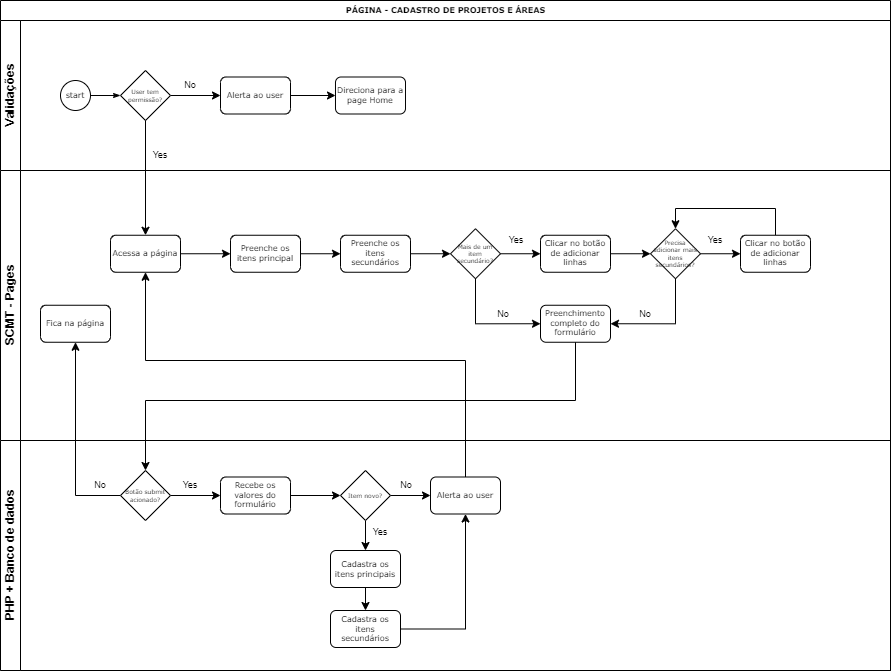
This is cadastro_projetos.drawio.png from RogiNascimento/diagramas, a draw.io export, as it was before one commit. Source tidied: cells renumbered, new cells last; positions are measured from the earlier drawing's top-left corner, leaving out a move shared by most shapes. The source it was exported from:
```xml
<mxGraphModel>
  <root>
    <mxCell id="0" />
    <mxCell id="1" parent="0" />
    <mxCell id="2" value="PÁGINA - CADASTRO DE PROJETOS E ÁREAS" style="swimlane;html=1;horizontal=1;startSize=20;rounded=0;shadow=0;labelBackgroundColor=none;strokeWidth=1;fontFamily=Verdana;fontSize=8;align=center;" parent="1" vertex="1">
      <mxGeometry width="890" height="670" as="geometry" />
    </mxCell>
    <mxCell id="3" value="Validações" style="swimlane;html=1;startSize=20;horizontal=0;" parent="2" vertex="1">
      <mxGeometry y="20" width="890" height="150" as="geometry" />
    </mxCell>
    <mxCell id="4" style="edgeStyle=orthogonalEdgeStyle;rounded=0;html=1;labelBackgroundColor=none;startArrow=none;startFill=0;startSize=5;endArrow=classicThin;endFill=1;endSize=5;jettySize=auto;strokeWidth=1;fontFamily=Verdana;fontSize=8;" parent="3" edge="1" source="5">
      <mxGeometry relative="1" as="geometry">
        <mxPoint x="120" y="75" as="targetPoint" />
      </mxGeometry>
    </mxCell>
    <mxCell id="5" value="start" style="ellipse;whiteSpace=wrap;html=1;rounded=0;shadow=0;labelBackgroundColor=none;strokeWidth=1;fontFamily=Verdana;fontSize=8;align=center;" parent="3" vertex="1">
      <mxGeometry x="60" y="60" width="30" height="30" as="geometry" />
    </mxCell>
    <mxCell id="6" style="edgeStyle=orthogonalEdgeStyle;rounded=0;jettySize=auto;html=1;fontSize=9;" parent="3" edge="1" source="7" target="10">
      <mxGeometry relative="1" as="geometry" />
    </mxCell>
    <mxCell id="7" value="User tem permissão?" style="strokeWidth=1;html=1;shape=mxgraph.flowchart.decision;whiteSpace=wrap;rounded=1;shadow=0;labelBackgroundColor=none;fontFamily=Verdana;fontSize=6;align=center;" parent="3" vertex="1">
      <mxGeometry x="120" y="50" width="50" height="50" as="geometry" />
    </mxCell>
    <mxCell id="8" value="Yes" style="text;html=1;strokeColor=none;fillColor=none;align=center;verticalAlign=middle;whiteSpace=wrap;rounded=0;fontSize=9;" parent="3" vertex="1">
      <mxGeometry x="150" y="130" width="20" height="10" as="geometry" />
    </mxCell>
    <mxCell id="9" style="edgeStyle=orthogonalEdgeStyle;rounded=0;jettySize=auto;html=1;fontSize=9;" parent="3" edge="1" source="10" target="11">
      <mxGeometry relative="1" as="geometry" />
    </mxCell>
    <mxCell id="10" value="Alerta ao user" style="rounded=1;whiteSpace=wrap;html=1;shadow=0;labelBackgroundColor=none;strokeWidth=1;fontFamily=Verdana;fontSize=8;align=center;" parent="3" vertex="1">
      <mxGeometry x="220" y="56.5" width="70" height="37" as="geometry" />
    </mxCell>
    <mxCell id="11" value="Direciona para a page Home" style="rounded=1;whiteSpace=wrap;html=1;shadow=0;labelBackgroundColor=none;strokeWidth=1;fontFamily=Verdana;fontSize=8;align=center;" parent="3" vertex="1">
      <mxGeometry x="335" y="56.5" width="70" height="37" as="geometry" />
    </mxCell>
    <mxCell id="12" value="No" style="text;html=1;strokeColor=none;fillColor=none;align=center;verticalAlign=middle;whiteSpace=wrap;rounded=0;fontSize=9;" parent="3" vertex="1">
      <mxGeometry x="180" y="60" width="20" height="10" as="geometry" />
    </mxCell>
    <mxCell id="13" value="SCMT - Pages" style="swimlane;html=1;startSize=20;horizontal=0;" parent="2" vertex="1">
      <mxGeometry y="170" width="890" height="270" as="geometry" />
    </mxCell>
    <mxCell id="14" style="edgeStyle=orthogonalEdgeStyle;rounded=0;jettySize=auto;html=1;fontSize=6;" parent="13" edge="1" source="15" target="17">
      <mxGeometry relative="1" as="geometry" />
    </mxCell>
    <mxCell id="15" value="Acessa a página" style="rounded=1;whiteSpace=wrap;html=1;shadow=0;labelBackgroundColor=none;strokeWidth=1;fontFamily=Verdana;fontSize=8;align=center;" parent="13" vertex="1">
      <mxGeometry x="110" y="64.7" width="70" height="37" as="geometry" />
    </mxCell>
    <mxCell id="16" style="edgeStyle=orthogonalEdgeStyle;rounded=0;jettySize=auto;html=1;fontSize=6;" parent="13" edge="1" source="17" target="19">
      <mxGeometry relative="1" as="geometry" />
    </mxCell>
    <mxCell id="17" value="Preenche os itens principal" style="rounded=1;whiteSpace=wrap;html=1;shadow=0;labelBackgroundColor=none;strokeWidth=1;fontFamily=Verdana;fontSize=8;align=center;" parent="13" vertex="1">
      <mxGeometry x="230" y="64.7" width="70" height="37" as="geometry" />
    </mxCell>
    <mxCell id="18" style="edgeStyle=orthogonalEdgeStyle;rounded=0;jettySize=auto;html=1;fontSize=6;" parent="13" edge="1" source="19" target="22">
      <mxGeometry relative="1" as="geometry" />
    </mxCell>
    <mxCell id="19" value="Preenche os itens secundários" style="rounded=1;whiteSpace=wrap;html=1;shadow=0;labelBackgroundColor=none;strokeWidth=1;fontFamily=Verdana;fontSize=8;align=center;" parent="13" vertex="1">
      <mxGeometry x="340" y="64.7" width="70" height="37" as="geometry" />
    </mxCell>
    <mxCell id="20" style="edgeStyle=orthogonalEdgeStyle;rounded=0;jettySize=auto;html=1;fontSize=6;" parent="13" edge="1" source="22" target="24">
      <mxGeometry relative="1" as="geometry" />
    </mxCell>
    <mxCell id="21" style="edgeStyle=orthogonalEdgeStyle;rounded=0;jettySize=auto;html=1;entryX=0;entryY=0.5;entryDx=0;entryDy=0;fontSize=9;" parent="13" edge="1" source="22" target="28">
      <mxGeometry relative="1" as="geometry">
        <Array as="points">
          <mxPoint x="475" y="152.8" />
        </Array>
      </mxGeometry>
    </mxCell>
    <mxCell id="22" value="Mais de um item secundário?" style="strokeWidth=1;html=1;shape=mxgraph.flowchart.decision;whiteSpace=wrap;rounded=1;shadow=0;labelBackgroundColor=none;fontFamily=Verdana;fontSize=6;align=center;" parent="13" vertex="1">
      <mxGeometry x="450" y="58.2" width="50" height="50" as="geometry" />
    </mxCell>
    <mxCell id="23" style="edgeStyle=orthogonalEdgeStyle;rounded=0;jettySize=auto;html=1;fontSize=6;" parent="13" edge="1" source="24" target="27">
      <mxGeometry relative="1" as="geometry" />
    </mxCell>
    <mxCell id="24" value="Clicar no botão de adicionar linhas" style="rounded=1;whiteSpace=wrap;html=1;shadow=0;labelBackgroundColor=none;strokeWidth=1;fontFamily=Verdana;fontSize=8;align=center;" parent="13" vertex="1">
      <mxGeometry x="540" y="64.7" width="70" height="37" as="geometry" />
    </mxCell>
    <mxCell id="25" style="edgeStyle=orthogonalEdgeStyle;rounded=0;jettySize=auto;html=1;fontSize=6;" parent="13" edge="1" source="27" target="30">
      <mxGeometry relative="1" as="geometry" />
    </mxCell>
    <mxCell id="26" style="edgeStyle=orthogonalEdgeStyle;rounded=0;jettySize=auto;html=1;entryX=1;entryY=0.5;entryDx=0;entryDy=0;fontSize=9;" parent="13" edge="1" source="27" target="28">
      <mxGeometry relative="1" as="geometry">
        <Array as="points">
          <mxPoint x="675" y="153.8" />
          <mxPoint x="610" y="153.8" />
        </Array>
      </mxGeometry>
    </mxCell>
    <mxCell id="27" value="Precisa adicionar mais itens secundários?" style="strokeWidth=1;html=1;shape=mxgraph.flowchart.decision;whiteSpace=wrap;rounded=1;shadow=0;labelBackgroundColor=none;fontFamily=Verdana;fontSize=6;align=center;" parent="13" vertex="1">
      <mxGeometry x="650" y="58.2" width="50" height="50" as="geometry" />
    </mxCell>
    <mxCell id="28" value="Preenchimento completo do formulário" style="rounded=1;whiteSpace=wrap;html=1;shadow=0;labelBackgroundColor=none;strokeWidth=1;fontFamily=Verdana;fontSize=8;align=center;" parent="13" vertex="1">
      <mxGeometry x="540" y="134.7" width="70" height="37" as="geometry" />
    </mxCell>
    <mxCell id="29" style="edgeStyle=orthogonalEdgeStyle;rounded=0;jettySize=auto;html=1;entryX=0.5;entryY=0;entryDx=0;entryDy=0;entryPerimeter=0;fontSize=9;" parent="13" edge="1" source="30" target="27">
      <mxGeometry relative="1" as="geometry">
        <Array as="points">
          <mxPoint x="775" y="38" />
          <mxPoint x="675" y="38" />
        </Array>
      </mxGeometry>
    </mxCell>
    <mxCell id="30" value="Clicar no botão de adicionar linhas" style="rounded=1;whiteSpace=wrap;html=1;shadow=0;labelBackgroundColor=none;strokeWidth=1;fontFamily=Verdana;fontSize=8;align=center;" parent="13" vertex="1">
      <mxGeometry x="740" y="64.7" width="70" height="37" as="geometry" />
    </mxCell>
    <mxCell id="31" value="Yes" style="text;html=1;strokeColor=none;fillColor=none;align=center;verticalAlign=middle;whiteSpace=wrap;rounded=0;fontSize=9;" parent="13" vertex="1">
      <mxGeometry x="506" y="64.8" width="20" height="10" as="geometry" />
    </mxCell>
    <mxCell id="32" value="Yes" style="text;html=1;strokeColor=none;fillColor=none;align=center;verticalAlign=middle;whiteSpace=wrap;rounded=0;fontSize=9;" parent="13" vertex="1">
      <mxGeometry x="705" y="64.8" width="20" height="10" as="geometry" />
    </mxCell>
    <mxCell id="33" value="No" style="text;html=1;strokeColor=none;fillColor=none;align=center;verticalAlign=middle;whiteSpace=wrap;rounded=0;fontSize=9;" parent="13" vertex="1">
      <mxGeometry x="493" y="138.8" width="20" height="10" as="geometry" />
    </mxCell>
    <mxCell id="34" value="No" style="text;html=1;strokeColor=none;fillColor=none;align=center;verticalAlign=middle;whiteSpace=wrap;rounded=0;fontSize=9;" parent="13" vertex="1">
      <mxGeometry x="635" y="138.8" width="20" height="10" as="geometry" />
    </mxCell>
    <mxCell id="35" value="Fica na página" style="rounded=1;whiteSpace=wrap;html=1;shadow=0;labelBackgroundColor=none;strokeWidth=1;fontFamily=Verdana;fontSize=8;align=center;" parent="13" vertex="1">
      <mxGeometry x="40" y="134.7" width="70" height="37" as="geometry" />
    </mxCell>
    <mxCell id="36" style="edgeStyle=orthogonalEdgeStyle;rounded=0;jettySize=auto;html=1;fontSize=6;" parent="2" edge="1" source="7" target="15">
      <mxGeometry relative="1" as="geometry" />
    </mxCell>
    <mxCell id="37" style="edgeStyle=orthogonalEdgeStyle;rounded=0;jettySize=auto;html=1;fontSize=9;entryX=0.5;entryY=0;entryDx=0;entryDy=0;entryPerimeter=0;" parent="2" edge="1" source="28" target="42">
      <mxGeometry relative="1" as="geometry">
        <Array as="points">
          <mxPoint x="575" y="400" />
          <mxPoint x="145" y="400" />
        </Array>
      </mxGeometry>
    </mxCell>
    <mxCell id="38" style="edgeStyle=orthogonalEdgeStyle;rounded=0;jettySize=auto;html=1;fontSize=9;" parent="2" edge="1" source="42" target="35">
      <mxGeometry relative="1" as="geometry" />
    </mxCell>
    <mxCell id="39" style="edgeStyle=orthogonalEdgeStyle;rounded=0;jettySize=auto;html=1;entryX=0.5;entryY=1;entryDx=0;entryDy=0;fontSize=9;" parent="2" edge="1" source="50" target="15">
      <mxGeometry relative="1" as="geometry">
        <Array as="points">
          <mxPoint x="465" y="360" />
          <mxPoint x="145" y="360" />
        </Array>
      </mxGeometry>
    </mxCell>
    <mxCell id="40" value="PHP + Banco de dados" style="swimlane;html=1;startSize=20;horizontal=0;" parent="2" vertex="1">
      <mxGeometry y="440" width="890" height="230" as="geometry" />
    </mxCell>
    <mxCell id="41" style="edgeStyle=orthogonalEdgeStyle;rounded=0;jettySize=auto;html=1;fontSize=9;" parent="40" edge="1" source="42" target="45">
      <mxGeometry relative="1" as="geometry" />
    </mxCell>
    <mxCell id="42" value="Botão submit acionado?" style="strokeWidth=1;html=1;shape=mxgraph.flowchart.decision;whiteSpace=wrap;rounded=1;shadow=0;labelBackgroundColor=none;fontFamily=Verdana;fontSize=6;align=center;" parent="40" vertex="1">
      <mxGeometry x="120" y="30" width="50" height="50" as="geometry" />
    </mxCell>
    <mxCell id="43" value="No" style="text;html=1;strokeColor=none;fillColor=none;align=center;verticalAlign=middle;whiteSpace=wrap;rounded=0;fontSize=9;" parent="40" vertex="1">
      <mxGeometry x="90" y="40" width="20" height="10" as="geometry" />
    </mxCell>
    <mxCell id="44" style="edgeStyle=orthogonalEdgeStyle;rounded=0;jettySize=auto;html=1;fontSize=9;" parent="40" edge="1" source="45" target="49">
      <mxGeometry relative="1" as="geometry" />
    </mxCell>
    <mxCell id="45" value="Recebe os valores do formulário" style="rounded=1;whiteSpace=wrap;html=1;shadow=0;labelBackgroundColor=none;strokeWidth=1;fontFamily=Verdana;fontSize=8;align=center;" parent="40" vertex="1">
      <mxGeometry x="220" y="36.5" width="70" height="37" as="geometry" />
    </mxCell>
    <mxCell id="46" value="Yes" style="text;html=1;strokeColor=none;fillColor=none;align=center;verticalAlign=middle;whiteSpace=wrap;rounded=0;fontSize=9;" parent="40" vertex="1">
      <mxGeometry x="180" y="40" width="20" height="10" as="geometry" />
    </mxCell>
    <mxCell id="47" style="edgeStyle=orthogonalEdgeStyle;rounded=0;jettySize=auto;html=1;fontSize=9;" parent="40" edge="1" source="49" target="50">
      <mxGeometry relative="1" as="geometry" />
    </mxCell>
    <mxCell id="48" style="edgeStyle=orthogonalEdgeStyle;rounded=0;jettySize=auto;html=1;fontSize=9;" parent="40" edge="1" source="49" target="53">
      <mxGeometry relative="1" as="geometry" />
    </mxCell>
    <mxCell id="49" value="Item novo?" style="strokeWidth=1;html=1;shape=mxgraph.flowchart.decision;whiteSpace=wrap;rounded=1;shadow=0;labelBackgroundColor=none;fontFamily=Verdana;fontSize=6;align=center;" parent="40" vertex="1">
      <mxGeometry x="340" y="30" width="50" height="50" as="geometry" />
    </mxCell>
    <mxCell id="50" value="Alerta ao user" style="rounded=1;whiteSpace=wrap;html=1;shadow=0;labelBackgroundColor=none;strokeWidth=1;fontFamily=Verdana;fontSize=8;align=center;" parent="40" vertex="1">
      <mxGeometry x="430" y="36.5" width="70" height="37" as="geometry" />
    </mxCell>
    <mxCell id="51" value="No" style="text;html=1;strokeColor=none;fillColor=none;align=center;verticalAlign=middle;whiteSpace=wrap;rounded=0;fontSize=9;" parent="40" vertex="1">
      <mxGeometry x="396" y="40" width="20" height="10" as="geometry" />
    </mxCell>
    <mxCell id="52" style="edgeStyle=orthogonalEdgeStyle;rounded=0;jettySize=auto;html=1;fontSize=9;" parent="40" edge="1" source="53" target="56">
      <mxGeometry relative="1" as="geometry" />
    </mxCell>
    <mxCell id="53" value="Cadastra os itens principais" style="rounded=1;whiteSpace=wrap;html=1;shadow=0;labelBackgroundColor=none;strokeWidth=1;fontFamily=Verdana;fontSize=8;align=center;" parent="40" vertex="1">
      <mxGeometry x="330" y="110" width="70" height="37" as="geometry" />
    </mxCell>
    <mxCell id="54" value="Yes" style="text;html=1;strokeColor=none;fillColor=none;align=center;verticalAlign=middle;whiteSpace=wrap;rounded=0;fontSize=9;" parent="40" vertex="1">
      <mxGeometry x="370" y="87" width="20" height="10" as="geometry" />
    </mxCell>
    <mxCell id="55" style="edgeStyle=orthogonalEdgeStyle;rounded=0;jettySize=auto;html=1;entryX=0.5;entryY=1;entryDx=0;entryDy=0;fontSize=9;" parent="40" edge="1" source="56" target="50">
      <mxGeometry relative="1" as="geometry" />
    </mxCell>
    <mxCell id="56" value="Cadastra os itens secundários" style="rounded=1;whiteSpace=wrap;html=1;shadow=0;labelBackgroundColor=none;strokeWidth=1;fontFamily=Verdana;fontSize=8;align=center;" parent="40" vertex="1">
      <mxGeometry x="330" y="170" width="70" height="37" as="geometry" />
    </mxCell>
  </root>
</mxGraphModel>
```
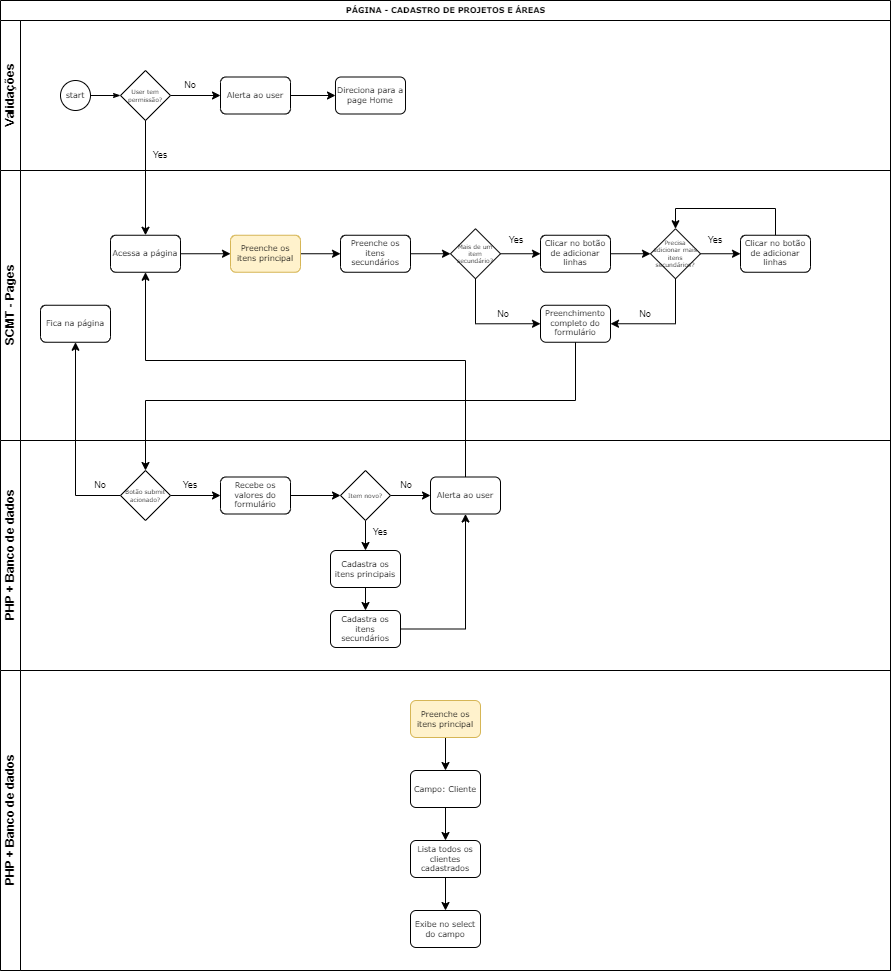
Later version of the same file.

Change to the diagram source:
```diff
@@ -3,7 +3,7 @@
     <mxCell id="0" />
     <mxCell id="1" parent="0" />
     <mxCell id="2" value="PÁGINA - CADASTRO DE PROJETOS E ÁREAS" style="swimlane;html=1;horizontal=1;startSize=20;rounded=0;shadow=0;labelBackgroundColor=none;strokeWidth=1;fontFamily=Verdana;fontSize=8;align=center;" parent="1" vertex="1">
-      <mxGeometry width="890" height="670" as="geometry" />
+      <mxGeometry width="890" height="970" as="geometry" />
     </mxCell>
     <mxCell id="3" value="Validações" style="swimlane;html=1;startSize=20;horizontal=0;" parent="2" vertex="1">
       <mxGeometry y="20" width="890" height="150" as="geometry" />
@@ -49,7 +49,7 @@
     <mxCell id="16" style="edgeStyle=orthogonalEdgeStyle;rounded=0;jettySize=auto;html=1;fontSize=6;" parent="13" edge="1" source="17" target="19">
       <mxGeometry relative="1" as="geometry" />
     </mxCell>
-    <mxCell id="17" value="Preenche os itens principal" style="rounded=1;whiteSpace=wrap;html=1;shadow=0;labelBackgroundColor=none;strokeWidth=1;fontFamily=Verdana;fontSize=8;align=center;" parent="13" vertex="1">
+    <mxCell id="17" value="Preenche os itens principal" style="rounded=1;whiteSpace=wrap;html=1;shadow=0;labelBackgroundColor=none;strokeWidth=1;fontFamily=Verdana;fontSize=8;align=center;fillColor=#fff2cc;strokeColor=#d6b656;" parent="13" vertex="1">
       <mxGeometry x="230" y="64.7" width="70" height="37" as="geometry" />
     </mxCell>
     <mxCell id="18" style="edgeStyle=orthogonalEdgeStyle;rounded=0;jettySize=auto;html=1;fontSize=6;" parent="13" edge="1" source="19" target="22">
@@ -193,5 +193,29 @@
     <mxCell id="56" value="Cadastra os itens secundários" style="rounded=1;whiteSpace=wrap;html=1;shadow=0;labelBackgroundColor=none;strokeWidth=1;fontFamily=Verdana;fontSize=8;align=center;" parent="40" vertex="1">
       <mxGeometry x="330" y="170" width="70" height="37" as="geometry" />
     </mxCell>
+    <mxCell id="57" value="PHP + Banco de dados" style="swimlane;html=1;startSize=20;horizontal=0;" parent="2" vertex="1">
+      <mxGeometry y="670" width="890" height="300" as="geometry" />
+    </mxCell>
+    <mxCell id="58" value="Campo: Cliente" style="rounded=1;whiteSpace=wrap;html=1;shadow=0;labelBackgroundColor=none;strokeWidth=1;fontFamily=Verdana;fontSize=8;align=center;" parent="57" vertex="1">
+      <mxGeometry x="410" y="100" width="70" height="37" as="geometry" />
+    </mxCell>
+    <mxCell id="59" style="edgeStyle=orthogonalEdgeStyle;rounded=0;jettySize=auto;html=1;entryX=0.5;entryY=0;entryDx=0;entryDy=0;fontSize=9;" parent="57" edge="1" source="60" target="58">
+      <mxGeometry relative="1" as="geometry" />
+    </mxCell>
+    <mxCell id="60" value="Preenche os itens principal" style="rounded=1;whiteSpace=wrap;html=1;shadow=0;labelBackgroundColor=none;strokeWidth=1;fontFamily=Verdana;fontSize=8;align=center;fillColor=#fff2cc;strokeColor=#d6b656;" parent="57" vertex="1">
+      <mxGeometry x="410" y="30" width="70" height="37" as="geometry" />
+    </mxCell>
+    <mxCell id="61" value="Lista todos os clientes cadastrados" style="rounded=1;whiteSpace=wrap;html=1;shadow=0;labelBackgroundColor=none;strokeWidth=1;fontFamily=Verdana;fontSize=8;align=center;" parent="57" vertex="1">
+      <mxGeometry x="410" y="170" width="70" height="37" as="geometry" />
+    </mxCell>
+    <mxCell id="62" style="edgeStyle=orthogonalEdgeStyle;rounded=0;jettySize=auto;html=1;fontSize=9;" parent="57" edge="1" source="58" target="61">
+      <mxGeometry relative="1" as="geometry" />
+    </mxCell>
+    <mxCell id="63" value="Exibe no select do campo" style="rounded=1;whiteSpace=wrap;html=1;shadow=0;labelBackgroundColor=none;strokeWidth=1;fontFamily=Verdana;fontSize=8;align=center;" parent="57" vertex="1">
+      <mxGeometry x="410" y="240" width="70" height="37" as="geometry" />
+    </mxCell>
+    <mxCell id="64" style="edgeStyle=orthogonalEdgeStyle;rounded=0;jettySize=auto;html=1;fontSize=9;" parent="57" edge="1" source="61" target="63">
+      <mxGeometry relative="1" as="geometry" />
+    </mxCell>
   </root>
 </mxGraphModel>
```
